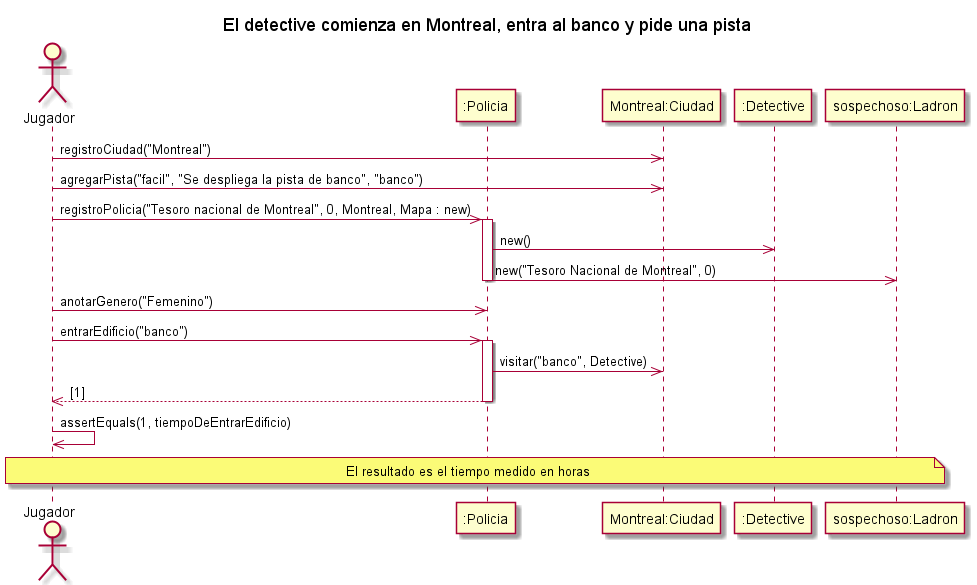
Above: diagrams/sequences/entrega1/DS_DetectiveEntraABanco.png in kmu01/Algo3_tp2 (PlantUML), before the change. The source it was exported from:
```plantuml
@startuml
title El detective comienza en Montreal, entra al banco y pide una pista

actor "Jugador" as AlgoThief
participant ":Policia" as Policia
participant "Montreal:Ciudad" as Ciudad
participant ":Detective" as Grado
participant "sospechoso:Ladron" as Ladron

AlgoThief ->> Ciudad : registroCiudad("Montreal")
AlgoThief ->> Ciudad : agregarPista("facil", "Se despliega la pista de banco", "banco")
AlgoThief ->> Policia : registroPolicia("Tesoro nacional de Montreal", 0, Montreal, Mapa : new)
activate Policia
Policia ->> Grado : new()
Policia ->> Ladron : new("Tesoro Nacional de Montreal", 0)
deactivate Policia
AlgoThief ->> Policia : anotarGenero("Femenino")
AlgoThief ->> Policia : entrarEdificio("banco")
activate Policia
Policia ->> Ciudad : visitar("banco", Detective)
return [1]
deactivate Policia
AlgoThief ->> AlgoThief : assertEquals(1, tiempoDeEntrarEdificio)
note across: El resultado es el tiempo medido en horas
@enduml
```
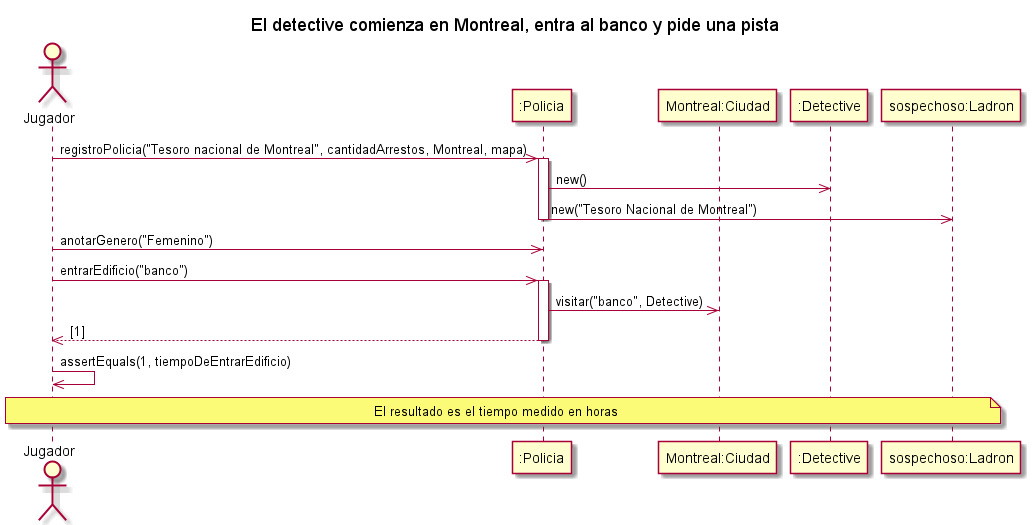
After the change.

Diff of the diagram source:
```diff
@@ -7,12 +7,10 @@
 participant ":Detective" as Grado
 participant "sospechoso:Ladron" as Ladron
 
-AlgoThief ->> Ciudad : registroCiudad("Montreal")
-AlgoThief ->> Ciudad : agregarPista("facil", "Se despliega la pista de banco", "banco")
-AlgoThief ->> Policia : registroPolicia("Tesoro nacional de Montreal", 0, Montreal, Mapa : new)
+AlgoThief ->> Policia : registroPolicia("Tesoro nacional de Montreal", cantidadArrestos, Montreal, mapa)
 activate Policia
 Policia ->> Grado : new()
-Policia ->> Ladron : new("Tesoro Nacional de Montreal", 0)
+Policia ->> Ladron : new("Tesoro Nacional de Montreal")
 deactivate Policia
 AlgoThief ->> Policia : anotarGenero("Femenino")
 AlgoThief ->> Policia : entrarEdificio("banco")
```
